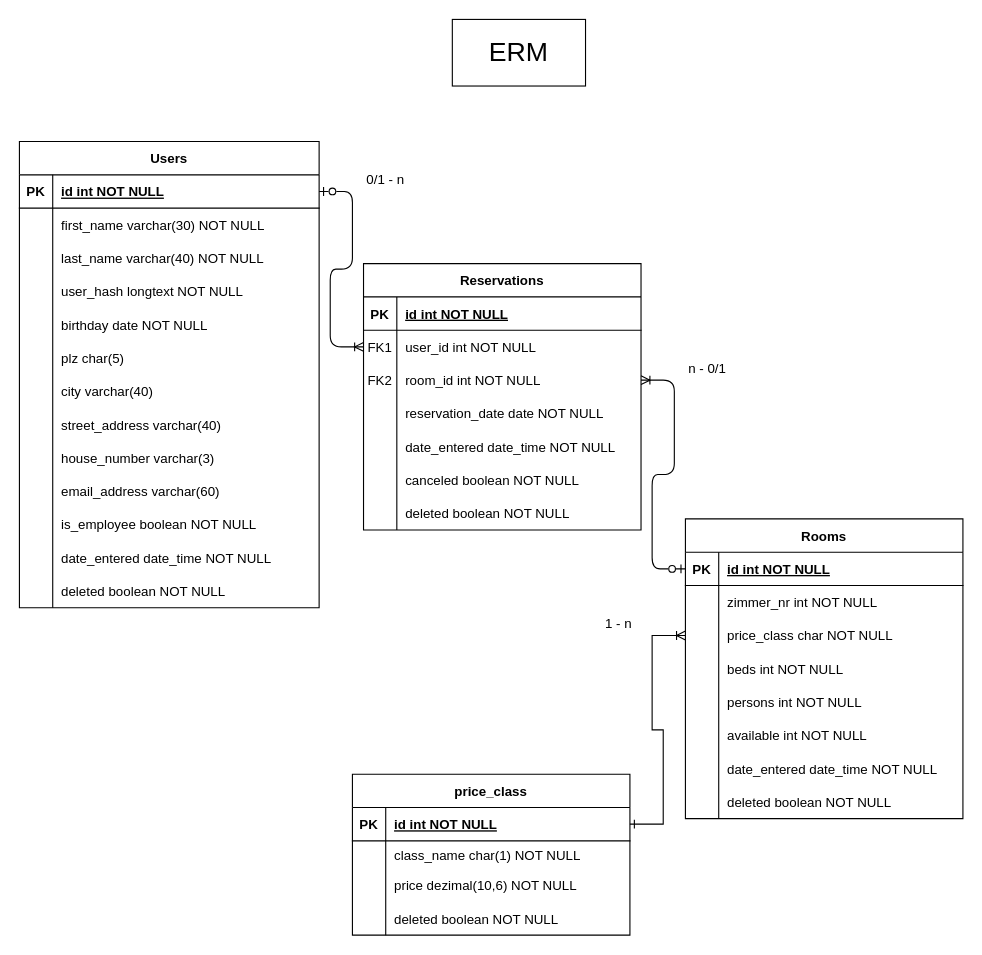
Earlier version of the draw.io diagram Unbenanntes Diagramm.drawio (JonasE234/Insignio-1---Hotelprojekt). Source tidied: cells renumbered, new cells numbered last; positions are measured from the earlier drawing's top-left corner, leaving out a move shared by most shapes. Both pictures are drawn from the tidied source at 111%, with x=0, y=0 at pixel (19, 19).
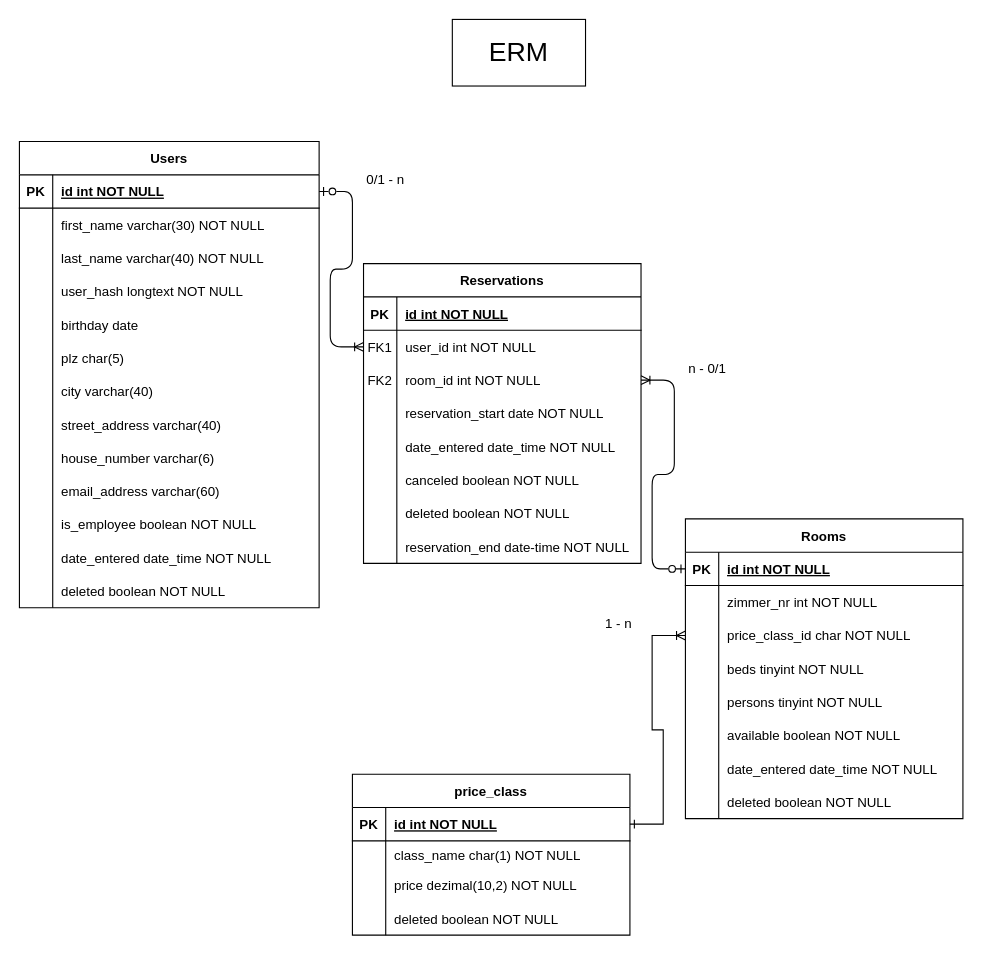
After the change.

Commit message:
ERM aktualisiert

Unchanged cells that the change refers to:
```xml
<mxCell id="14" style="shape=partialRectangle;fillColor=none;top=0;left=0;right=0;bottom=0;" parent="4" vertex="1">
  <mxGeometry y="120" width="250" height="30" as="geometry" />
</mxCell>
<mxCell id="33" style="shape=partialRectangle;fillColor=none;points=[[0,0.5],[1,0.5]];portConstraint=eastwest;top=0;left=0;right=0;bottom=0;" parent="26" vertex="1">
  <mxGeometry y="90" width="250" height="30" as="geometry" />
</mxCell>
<mxCell id="36" style="shape=partialRectangle;fillColor=none;top=0;left=0;right=0;bottom=0;" parent="26" vertex="1">
  <mxGeometry y="120" width="250" height="30" as="geometry" />
</mxCell>
<mxCell id="39" style="shape=partialRectangle;fillColor=none;top=0;left=0;right=0;bottom=0;" parent="26" vertex="1">
  <mxGeometry y="150" width="250" height="30" as="geometry" />
</mxCell>
<mxCell id="42" style="shape=partialRectangle;fillColor=none;top=0;left=0;right=0;bottom=0;" parent="26" vertex="1">
  <mxGeometry y="180" width="250" height="30" as="geometry" />
</mxCell>
<mxCell id="64" style="shape=partialRectangle;fillColor=none;top=0;left=0;right=0;bottom=0;" parent="51" vertex="1">
  <mxGeometry y="150" width="270" height="30" as="geometry" />
</mxCell>
<mxCell id="76" style="shape=partialRectangle;fillColor=none;top=0;left=0;right=0;bottom=0;" parent="51" vertex="1">
  <mxGeometry y="270" width="270" height="30" as="geometry" />
</mxCell>
<mxCell id="100" style="shape=partialRectangle;fillColor=none;top=0;left=0;right=0;bottom=0;" parent="93" vertex="1">
  <mxGeometry y="85" width="250" height="30" as="geometry" />
</mxCell>
```

Diff of the diagram source:
```diff
@@
     <mxCell id="4" value="Reservations" style="shape=table;startSize=30;childLayout=tableLayout;rowLines=0;fontStyle=1;align=center;" parent="1" vertex="1">
-      <mxGeometry x="310" y="220" width="250" height="240" as="geometry" />
+      <mxGeometry x="310" y="220" width="250" height="270" as="geometry" />
     </mxCell>
@@
-    <mxCell id="16" value="reservation_date date NOT NULL" style="shape=partialRectangle;overflow=hidden;fillColor=none;top=0;left=0;bottom=0;right=0;align=left;spacingLeft=6;" parent="14" vertex="1">
+    <mxCell id="16" value="reservation_start date NOT NULL" style="shape=partialRectangle;overflow=hidden;fillColor=none;top=0;left=0;bottom=0;right=0;align=left;spacingLeft=6;" parent="14" vertex="1">
       <mxGeometry x="30" width="220" height="30" as="geometry" />
     </mxCell>
@@
+    <mxCell id="111" style="shape=partialRectangle;fillColor=none;top=0;left=0;right=0;bottom=0;" parent="4" vertex="1">
+      <mxGeometry y="240" width="250" height="30" as="geometry" />
+    </mxCell>
+    <mxCell id="112" style="shape=partialRectangle;overflow=hidden;fillColor=none;top=0;left=0;bottom=0;right=0;" parent="111" vertex="1">
+      <mxGeometry width="30" height="30" as="geometry" />
+    </mxCell>
+    <mxCell id="113" value="reservation_end date-time NOT NULL" style="shape=partialRectangle;overflow=hidden;fillColor=none;top=0;left=0;bottom=0;right=0;align=left;spacingLeft=6;" parent="111" vertex="1">
+      <mxGeometry x="30" width="220" height="30" as="geometry" />
+    </mxCell>
@@
-    <mxCell id="35" value="price_class char NOT NULL" style="shape=partialRectangle;overflow=hidden;fillColor=none;top=0;left=0;bottom=0;right=0;align=left;spacingLeft=6;" parent="33" vertex="1">
+    <mxCell id="35" value="price_class_id char NOT NULL" style="shape=partialRectangle;overflow=hidden;fillColor=none;top=0;left=0;bottom=0;right=0;align=left;spacingLeft=6;" parent="33" vertex="1">
       <mxGeometry x="30" width="220" height="30" as="geometry" />
     </mxCell>
@@
-    <mxCell id="38" value="beds int NOT NULL" style="shape=partialRectangle;overflow=hidden;fillColor=none;top=0;left=0;bottom=0;right=0;align=left;spacingLeft=6;" parent="36" vertex="1">
+    <mxCell id="38" value="beds tinyint NOT NULL" style="shape=partialRectangle;overflow=hidden;fillColor=none;top=0;left=0;bottom=0;right=0;align=left;spacingLeft=6;" parent="36" vertex="1">
       <mxGeometry x="30" width="220" height="30" as="geometry" />
     </mxCell>
@@
-    <mxCell id="41" value="persons int NOT NULL" style="shape=partialRectangle;overflow=hidden;fillColor=none;top=0;left=0;bottom=0;right=0;align=left;spacingLeft=6;" parent="39" vertex="1">
+    <mxCell id="41" value="persons tinyint NOT NULL" style="shape=partialRectangle;overflow=hidden;fillColor=none;top=0;left=0;bottom=0;right=0;align=left;spacingLeft=6;" parent="39" vertex="1">
       <mxGeometry x="30" width="220" height="30" as="geometry" />
     </mxCell>
@@
-    <mxCell id="44" value="available int NOT NULL" style="shape=partialRectangle;overflow=hidden;fillColor=none;top=0;left=0;bottom=0;right=0;align=left;spacingLeft=6;" parent="42" vertex="1">
+    <mxCell id="44" value="available boolean NOT NULL" style="shape=partialRectangle;overflow=hidden;fillColor=none;top=0;left=0;bottom=0;right=0;align=left;spacingLeft=6;" parent="42" vertex="1">
       <mxGeometry x="30" width="220" height="30" as="geometry" />
     </mxCell>
@@
-    <mxCell id="66" value="birthday date NOT NULL" style="shape=partialRectangle;overflow=hidden;fillColor=none;top=0;left=0;bottom=0;right=0;align=left;spacingLeft=6;" parent="64" vertex="1">
+    <mxCell id="66" value="birthday date" style="shape=partialRectangle;overflow=hidden;fillColor=none;top=0;left=0;bottom=0;right=0;align=left;spacingLeft=6;" parent="64" vertex="1">
       <mxGeometry x="30" width="240" height="30" as="geometry" />
     </mxCell>
@@
-    <mxCell id="78" value="house_number varchar(3)" style="shape=partialRectangle;overflow=hidden;fillColor=none;top=0;left=0;bottom=0;right=0;align=left;spacingLeft=6;" parent="76" vertex="1">
+    <mxCell id="78" value="house_number varchar(6)" style="shape=partialRectangle;overflow=hidden;fillColor=none;top=0;left=0;bottom=0;right=0;align=left;spacingLeft=6;" parent="76" vertex="1">
       <mxGeometry x="30" width="240" height="30" as="geometry" />
     </mxCell>
@@
-    <mxCell id="102" value="price dezimal(10,6) NOT NULL" style="shape=partialRectangle;overflow=hidden;fillColor=none;top=0;left=0;bottom=0;right=0;align=left;spacingLeft=6;" parent="100" vertex="1">
+    <mxCell id="102" value="price dezimal(10,2) NOT NULL" style="shape=partialRectangle;overflow=hidden;fillColor=none;top=0;left=0;bottom=0;right=0;align=left;spacingLeft=6;" parent="100" vertex="1">
       <mxGeometry x="30" width="220" height="30" as="geometry" />
     </mxCell>
```
